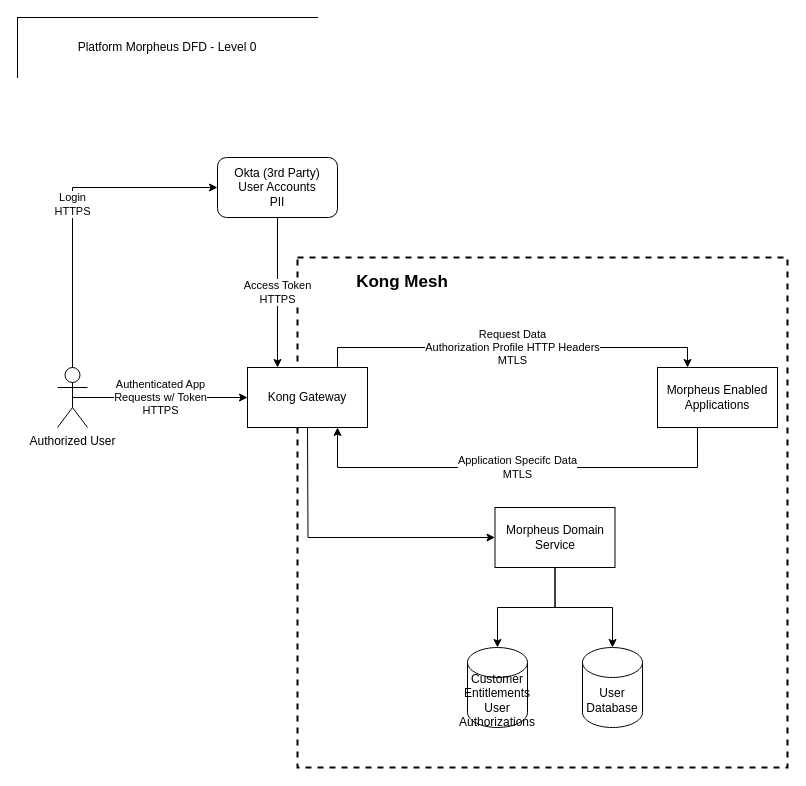
Before: Platform Morpheus DFD.drawio in kharshawFL/PlatformDiagrams, a draw.io diagram. Source tidied: cells renumbered, new cells numbered last; positions are measured from the earlier drawing's top-left corner, leaving out a move shared by most shapes. Both pictures are drawn from the tidied source at 100%, with x=0, y=0 at pixel (17, 17).
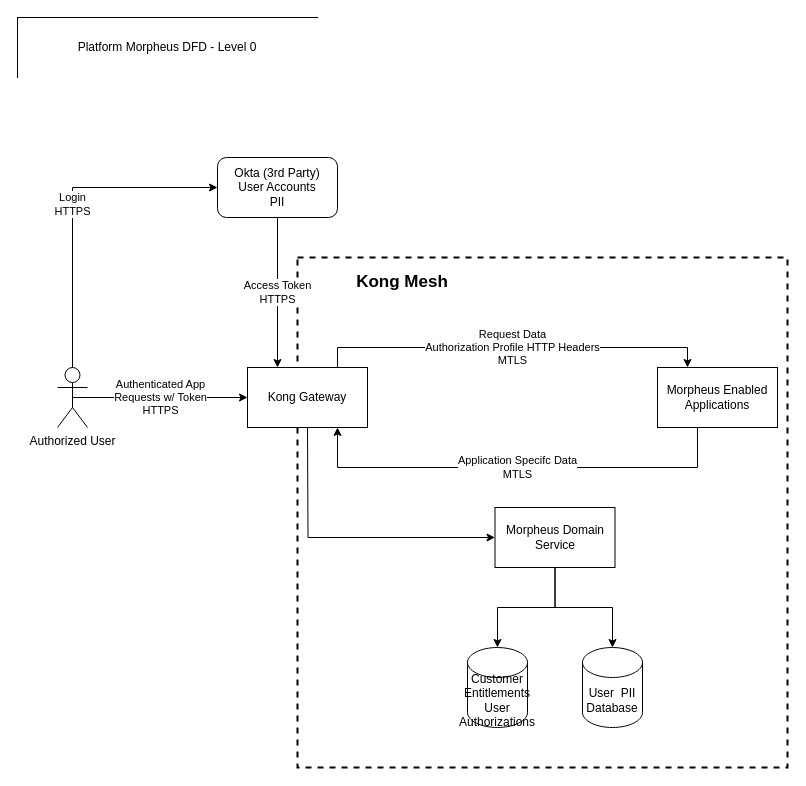
After the change.

Change to the diagram source:
```diff
@@
-    <mxCell id="13" value="User Database" style="shape=cylinder3;whiteSpace=wrap;html=1;boundedLbl=1;backgroundOutline=1;size=15;" parent="1" vertex="1">
+    <mxCell id="13" value="User&amp;nbsp; PII Database" style="shape=cylinder3;whiteSpace=wrap;html=1;boundedLbl=1;backgroundOutline=1;size=15;" parent="1" vertex="1">
       <mxGeometry x="565" y="630" width="60" height="80" as="geometry" />
     </mxCell>
```
